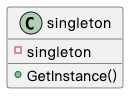
This is 05_singleton/singleton.png from A11Might/golang-design-pattern, a PlantUML export, as it was before one commit. Its source is kept beside it as 05_singleton/singleton.puml.
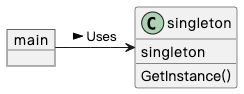
Later version of the same file.

Commit message:
prefect singleton pattern

Change to the diagram source:
```diff
@@ -1,8 +1,11 @@
 @startuml
 
+object main
 class singleton {
-    - singleton
-    + GetInstance()
+    singleton
+    GetInstance()
 }
 
+main -> singleton: Uses >
+
 @enduml
```
